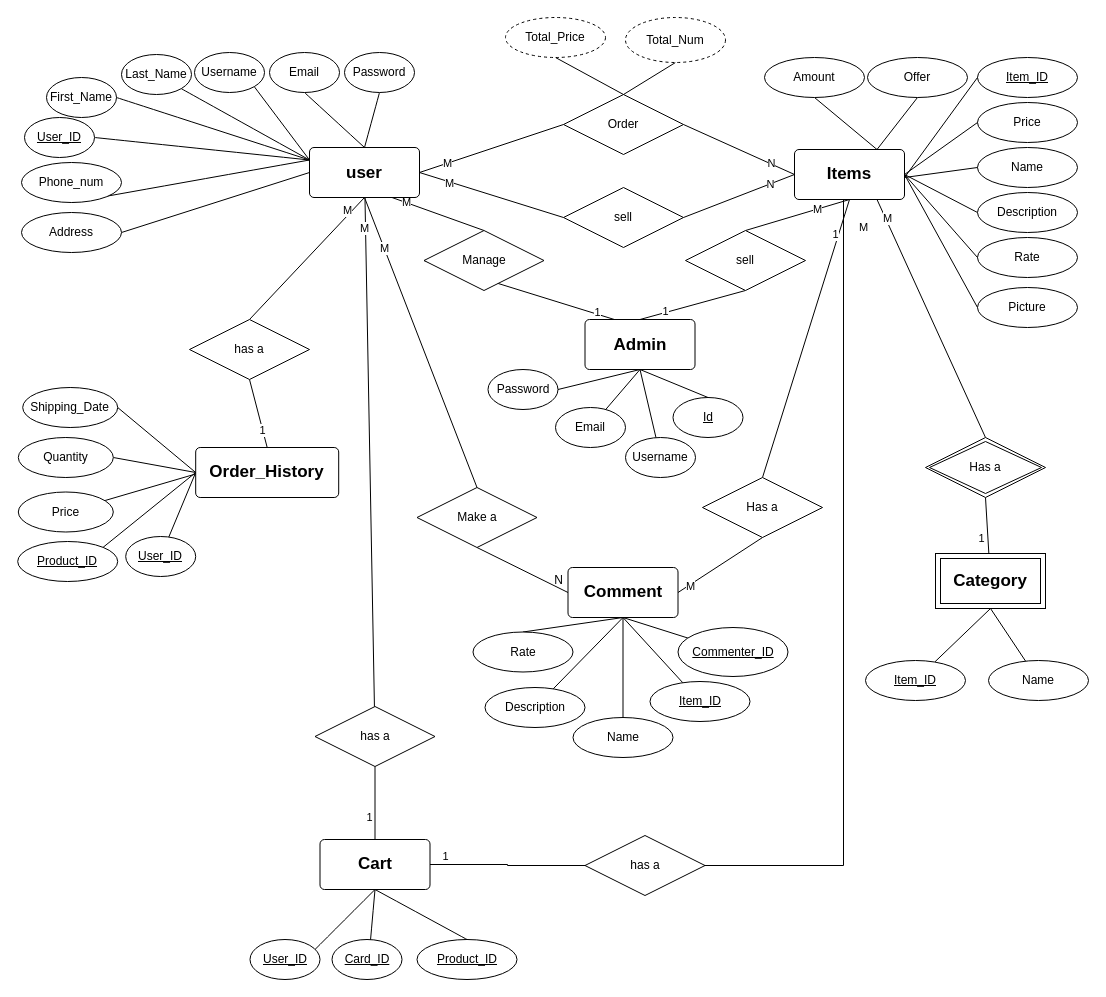
Earlier version of the draw.io diagram digrams/ERD-Digram.drawio (khaledkaram510/SWE-project). Source tidied: cells renumbered, new cells numbered last; positions are measured from the earlier drawing's top-left corner, leaving out a move shared by most shapes. Both pictures are drawn from the tidied source at 100%, with x=0, y=0 at pixel (17, 17).
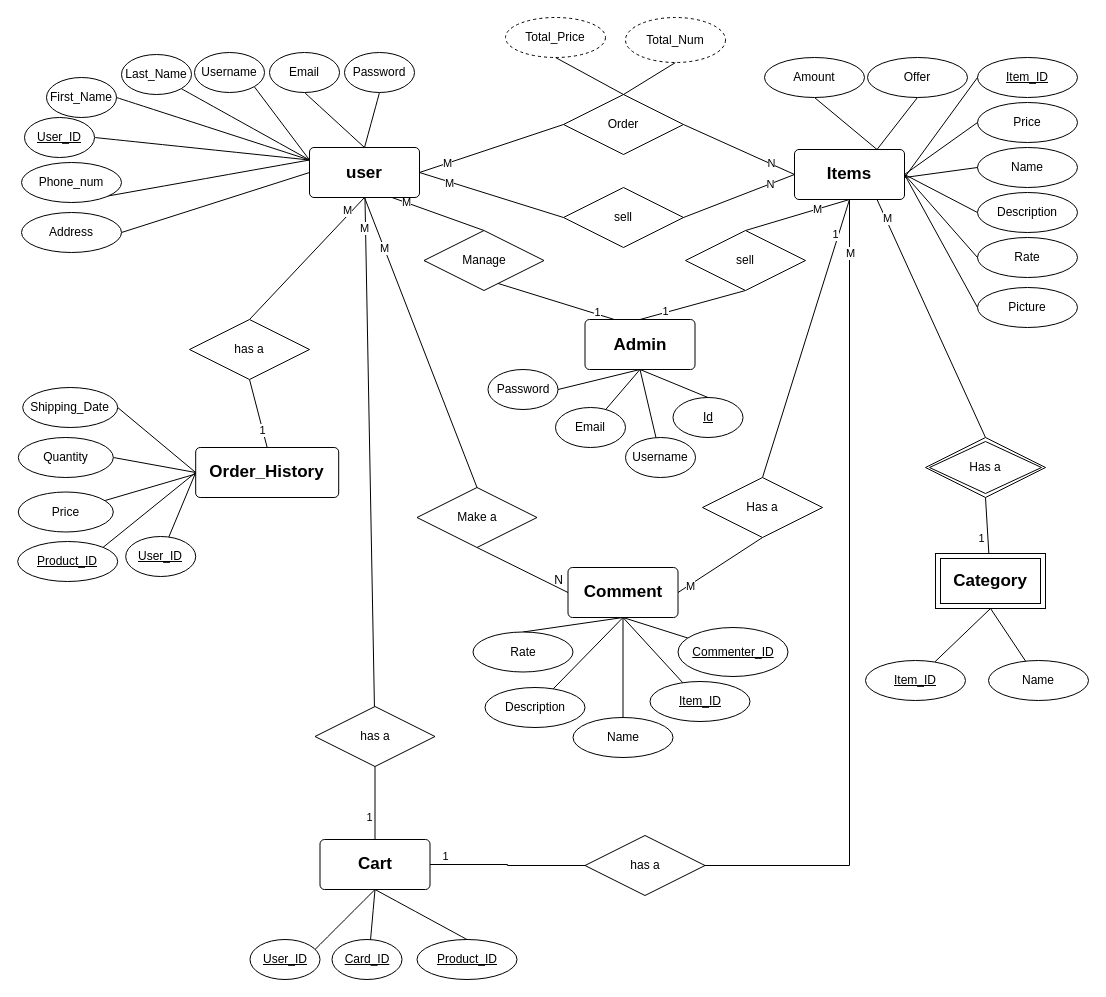
The same diagram, later.

The change refers to these unchanged cells:
```xml
<mxCell id="35" value="&lt;font style=&quot;font-size: 17px;&quot;&gt;&lt;b&gt;Items&lt;/b&gt;&lt;/font&gt;" style="rounded=1;arcSize=9;whiteSpace=wrap;html=1;align=center;" parent="1" vertex="1">
  <mxGeometry x="777" y="132" width="110" height="50" as="geometry" />
</mxCell>
```

What changed in the source:
```diff
@@
-    <mxCell id="29" style="edgeStyle=orthogonalEdgeStyle;rounded=0;orthogonalLoop=1;jettySize=auto;html=1;exitX=0.5;exitY=1;exitDx=0;exitDy=0;entryX=1;entryY=0.5;entryDx=0;entryDy=0;endArrow=none;endFill=0;" parent="1" edge="1">
+    <mxCell id="29" style="edgeStyle=orthogonalEdgeStyle;rounded=0;jettySize=auto;html=1;exitX=0.5;exitY=1;exitDx=0;exitDy=0;entryX=1;entryY=0.5;entryDx=0;entryDy=0;endArrow=none;endFill=0;" parent="1" edge="1" source="35">
       <mxGeometry relative="1" as="geometry">
-        <mxPoint x="798" y="182" as="sourcePoint" />
         <mxPoint x="672.5" y="848" as="targetPoint" />
         <Array as="points">
-          <mxPoint x="826" y="182" />
-          <mxPoint x="826" y="848" />
+          <mxPoint x="832" y="848" />
         </Array>
       </mxGeometry>
     </mxCell>
     <mxCell id="30" value="M" style="edgeLabel;html=1;align=center;verticalAlign=middle;" parent="29" vertex="1">
       <mxGeometry x="-0.78" relative="1" as="geometry">
-        <mxPoint x="19" y="-38" as="offset" />
+        <mxPoint y="-38" as="offset" />
       </mxGeometry>
     </mxCell>
```
